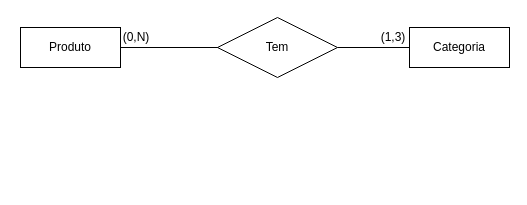
Before: page "Modelo Conceitual" (1 of 2) of requirements/ecommerce-database.drawio in Rrodrigo2525/ecommerce-node-api, a draw.io diagram. Source tidied: cells renumbered, new cells numbered last; positions are measured from the earlier drawing's top-left corner, leaving out a move shared by most shapes. Both pictures are drawn from the tidied source at 100%, with x=0, y=0 at pixel (20, 17).
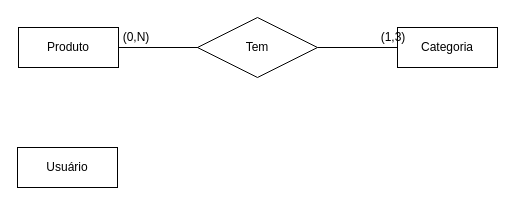
Above is the later version.

The edit, as a diff of the source:
```diff
@@
 <mxGraphModel>
   <root>
     <mxCell id="0" />
     <mxCell id="1" parent="0" />
     <mxCell id="2" style="edgeStyle=none;html=1;exitX=1;exitY=0.5;exitDx=0;exitDy=0;entryX=0.083;entryY=0.5;entryDx=0;entryDy=0;entryPerimeter=0;endArrow=none;endFill=0;" parent="1" edge="1" source="3" target="6">
       <mxGeometry relative="1" as="geometry" />
     </mxCell>
     <mxCell id="3" value="Produto&lt;br&gt;" style="whiteSpace=wrap;html=1;align=center;" parent="1" vertex="1">
-      <mxGeometry y="10" width="100" height="40" as="geometry" />
+      <mxGeometry x="-2" y="10" width="100" height="40" as="geometry" />
     </mxCell>
     <mxCell id="4" value="Categoria&lt;br&gt;" style="whiteSpace=wrap;html=1;align=center;" parent="1" vertex="1">
-      <mxGeometry x="389" y="10" width="100" height="40" as="geometry" />
+      <mxGeometry x="377" y="10" width="100" height="40" as="geometry" />
     </mxCell>
     <mxCell id="5" style="edgeStyle=none;html=1;exitX=1;exitY=0.5;exitDx=0;exitDy=0;entryX=0;entryY=0.5;entryDx=0;entryDy=0;endArrow=none;endFill=0;" parent="1" edge="1" source="6" target="4">
       <mxGeometry relative="1" as="geometry" />
     </mxCell>
     <mxCell id="6" value="Tem&lt;br&gt;" style="shape=rhombus;perimeter=rhombusPerimeter;whiteSpace=wrap;html=1;align=center;" parent="1" vertex="1">
-      <mxGeometry x="197" width="120" height="60" as="geometry" />
+      <mxGeometry x="177" width="120" height="60" as="geometry" />
     </mxCell>
     <mxCell id="7" value="(1,3)" style="text;html=1;strokeColor=none;fillColor=none;align=center;verticalAlign=middle;whiteSpace=wrap;rounded=0;" parent="1" vertex="1">
       <mxGeometry x="343" y="5" width="60" height="30" as="geometry" />
     </mxCell>
     <mxCell id="8" value="(0,N)" style="text;html=1;strokeColor=none;fillColor=none;align=center;verticalAlign=middle;whiteSpace=wrap;rounded=0;" parent="1" vertex="1">
       <mxGeometry x="86" y="5" width="60" height="30" as="geometry" />
     </mxCell>
+    <mxCell id="9" value="Usuário" style="whiteSpace=wrap;html=1;align=center;" parent="1" vertex="1">
+      <mxGeometry x="-3" y="130" width="100" height="40" as="geometry" />
+    </mxCell>
   </root>
 </mxGraphModel>
```
